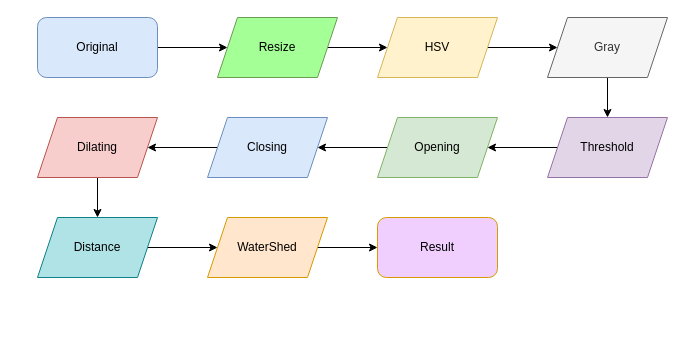
This is miniproj.drawio from jaithehuman/OpenCV_python_KMITL, a draw.io file, before an edit. Source tidied: cells renumbered, new cells numbered last; positions are measured from the earlier drawing's top-left corner, leaving out a move shared by most shapes. Both pictures are drawn from the tidied source at 100%, with x=0, y=0 at pixel (37, 17).
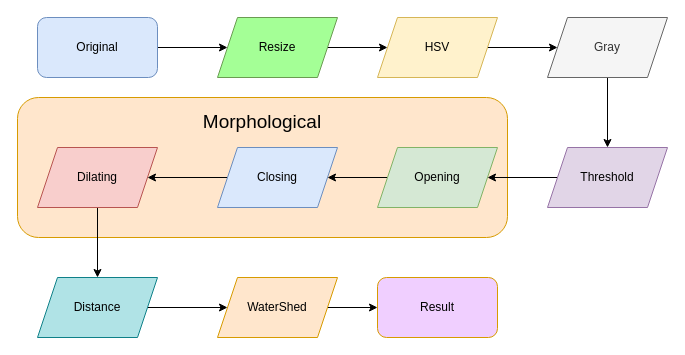
Above is the later version.

The edit, as a diff of the source:
```diff
@@
+    <mxCell id="23" style="rounded=1;whiteSpace=wrap;html=1;fillColor=#ffe6cc;strokeColor=#d79b00;" parent="1" vertex="1">
+      <mxGeometry x="-20" y="80" width="490" height="140" as="geometry" />
+    </mxCell>
@@
     <mxCell id="9" value="Threshold" style="shape=parallelogram;perimeter=parallelogramPerimeter;whiteSpace=wrap;html=1;fixedSize=1;fillColor=#e1d5e7;strokeColor=#9673a6;" parent="1" vertex="1">
-      <mxGeometry x="510" y="100" width="120" height="60" as="geometry" />
+      <mxGeometry x="510" y="130" width="120" height="60" as="geometry" />
     </mxCell>
@@
     <mxCell id="11" value="Dilating" style="shape=parallelogram;perimeter=parallelogramPerimeter;whiteSpace=wrap;html=1;fixedSize=1;fillColor=#f8cecc;strokeColor=#b85450;" parent="1" vertex="1">
-      <mxGeometry y="100" width="120" height="60" as="geometry" />
+      <mxGeometry y="130" width="120" height="60" as="geometry" />
     </mxCell>
@@
     <mxCell id="13" value="Opening" style="shape=parallelogram;perimeter=parallelogramPerimeter;whiteSpace=wrap;html=1;fixedSize=1;fillColor=#d5e8d4;strokeColor=#82b366;" parent="1" vertex="1">
-      <mxGeometry x="340" y="100" width="120" height="60" as="geometry" />
+      <mxGeometry x="340" y="130" width="120" height="60" as="geometry" />
     </mxCell>
@@
     <mxCell id="15" value="Distance" style="shape=parallelogram;perimeter=parallelogramPerimeter;whiteSpace=wrap;html=1;fixedSize=1;fillColor=#b0e3e6;strokeColor=#0e8088;" parent="1" vertex="1">
-      <mxGeometry y="200" width="120" height="60" as="geometry" />
+      <mxGeometry y="260" width="120" height="60" as="geometry" />
     </mxCell>
@@
     <mxCell id="17" value="WaterShed" style="shape=parallelogram;perimeter=parallelogramPerimeter;whiteSpace=wrap;html=1;fixedSize=1;fillColor=#ffe6cc;strokeColor=#d79b00;" parent="1" vertex="1">
-      <mxGeometry x="170" y="200" width="120" height="60" as="geometry" />
+      <mxGeometry x="180" y="260" width="120" height="60" as="geometry" />
     </mxCell>
     <mxCell id="18" value="Result" style="rounded=1;whiteSpace=wrap;html=1;strokeColor=#d79b00;fillColor=#F0CFFF;" parent="1" vertex="1">
-      <mxGeometry x="340" y="200" width="120" height="60" as="geometry" />
+      <mxGeometry x="340" y="260" width="120" height="60" as="geometry" />
     </mxCell>
@@
     <mxCell id="22" value="Closing" style="shape=parallelogram;perimeter=parallelogramPerimeter;whiteSpace=wrap;html=1;fixedSize=1;strokeColor=#6c8ebf;fillColor=#dae8fc;" parent="1" vertex="1">
-      <mxGeometry x="170" y="100" width="120" height="60" as="geometry" />
+      <mxGeometry x="180" y="130" width="120" height="60" as="geometry" />
     </mxCell>
+    <mxCell id="24" value="Morphological" style="text;html=1;strokeColor=none;fillColor=none;align=center;verticalAlign=middle;whiteSpace=wrap;rounded=0;fontSize=19;" parent="1" vertex="1">
+      <mxGeometry x="155" y="80" width="140" height="50" as="geometry" />
+    </mxCell>
```
